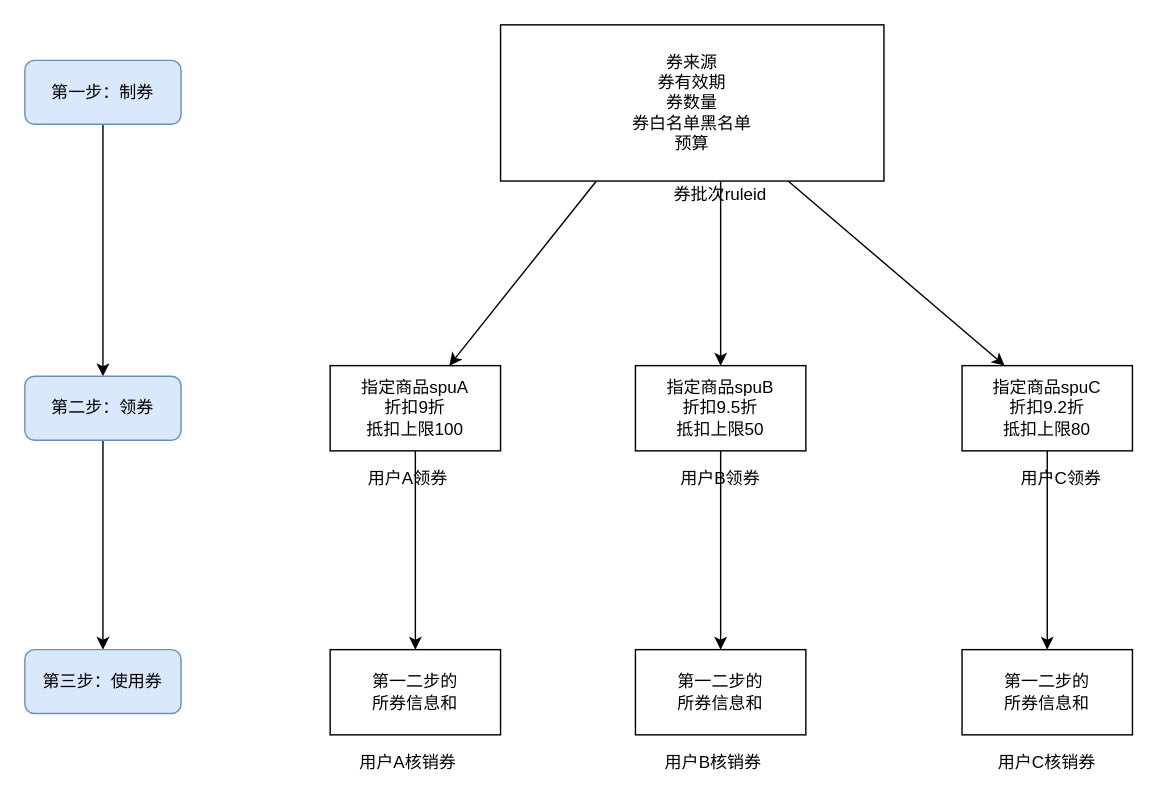
The draw.io diagram page "Page-17" (18 of 28) of Untitled Diagram.drawio in zengcrvip/basedemo, before the edit. Source tidied: cells renumbered, new cells numbered last; positions are measured from the earlier drawing's top-left corner, leaving out a move shared by most shapes. Both pictures are drawn from the tidied source at 142%, with x=0, y=0 at pixel (24, 24).
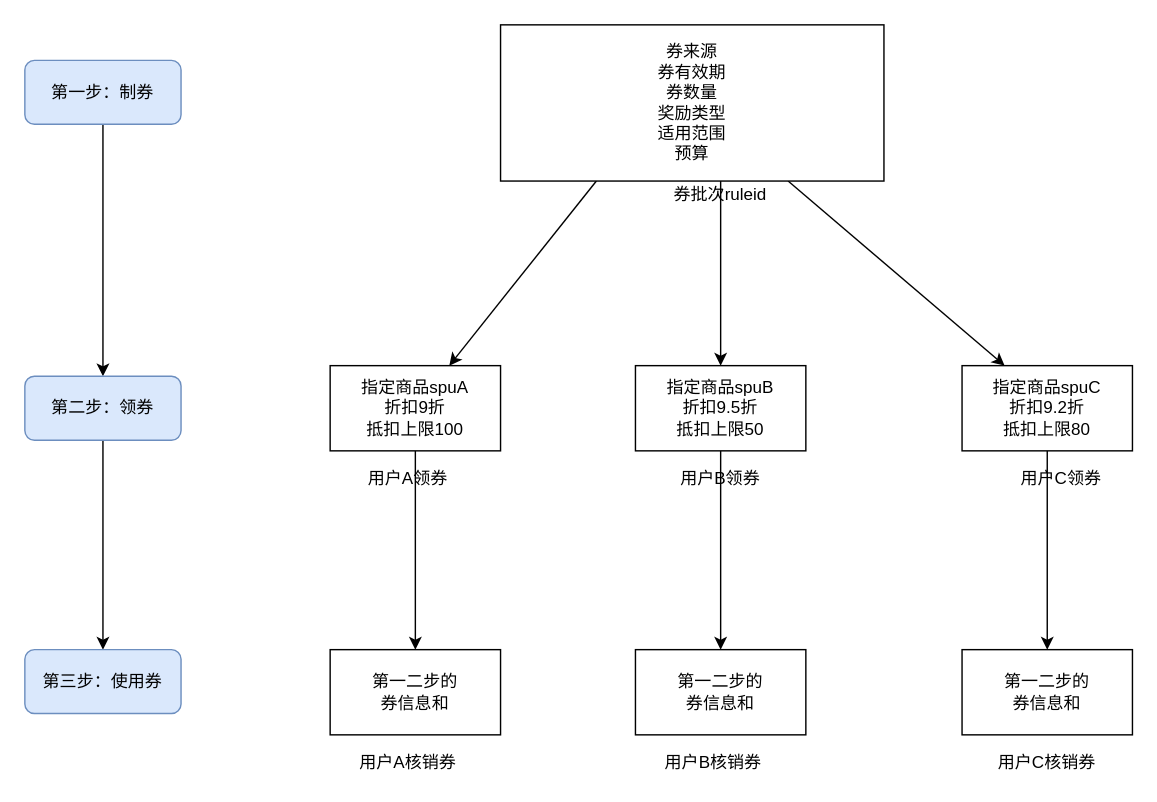
The same diagram, later.

What changed in the source:
```diff
@@
-    <mxCell id="4" value="券来源&lt;br&gt;券有效期&lt;br&gt;券数量&lt;br&gt;券白名单黑名单&lt;br&gt;预算" style="rounded=0;whiteSpace=wrap;html=1;" parent="1" vertex="1">
+    <mxCell id="4" value="券来源&lt;br&gt;券有效期&lt;br&gt;券数量&lt;br&gt;奖励类型&lt;br&gt;适用范围&lt;br&gt;预算" style="rounded=0;whiteSpace=wrap;html=1;" parent="1" vertex="1">
       <mxGeometry x="335" width="270" height="110" as="geometry" />
     </mxCell>
@@
-    <mxCell id="20" value="第一二步的&lt;br&gt;所券信息和" style="rounded=0;whiteSpace=wrap;html=1;" parent="1" vertex="1">
+    <mxCell id="20" value="第一二步的&lt;br&gt;券信息和" style="rounded=0;whiteSpace=wrap;html=1;" parent="1" vertex="1">
       <mxGeometry x="215" y="440" width="120" height="60" as="geometry" />
     </mxCell>
-    <mxCell id="21" value="第一二步的&lt;br&gt;所券信息和" style="rounded=0;whiteSpace=wrap;html=1;" parent="1" vertex="1">
+    <mxCell id="21" value="第一二步的&lt;br&gt;券信息和" style="rounded=0;whiteSpace=wrap;html=1;" parent="1" vertex="1">
       <mxGeometry x="430" y="440" width="120" height="60" as="geometry" />
     </mxCell>
-    <mxCell id="22" value="第一二步的&lt;br&gt;所券信息和" style="rounded=0;whiteSpace=wrap;html=1;" parent="1" vertex="1">
+    <mxCell id="22" value="第一二步的&lt;br&gt;券信息和" style="rounded=0;whiteSpace=wrap;html=1;" parent="1" vertex="1">
       <mxGeometry x="660" y="440" width="120" height="60" as="geometry" />
     </mxCell>
```
